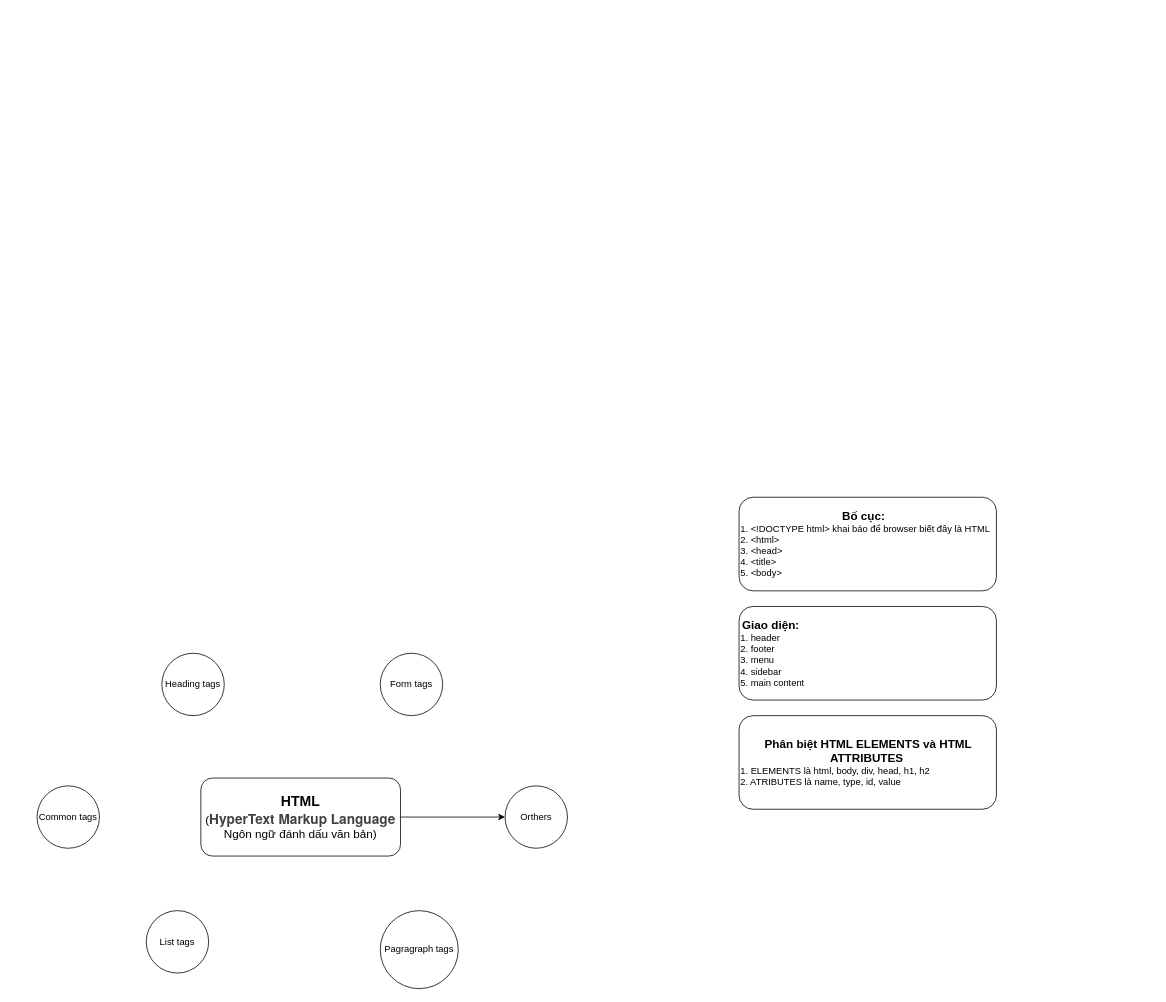
Earlier version of the draw.io diagram Biểu đồ không có tiêu đề.drawio (hanguyenhau/repareInterview). Source tidied: cells renumbered, new cells numbered last; positions are measured from the earlier drawing's top-left corner, leaving out a move shared by most shapes. Both pictures are drawn from the tidied source at 78%, with x=0, y=0 at pixel (37, 497).
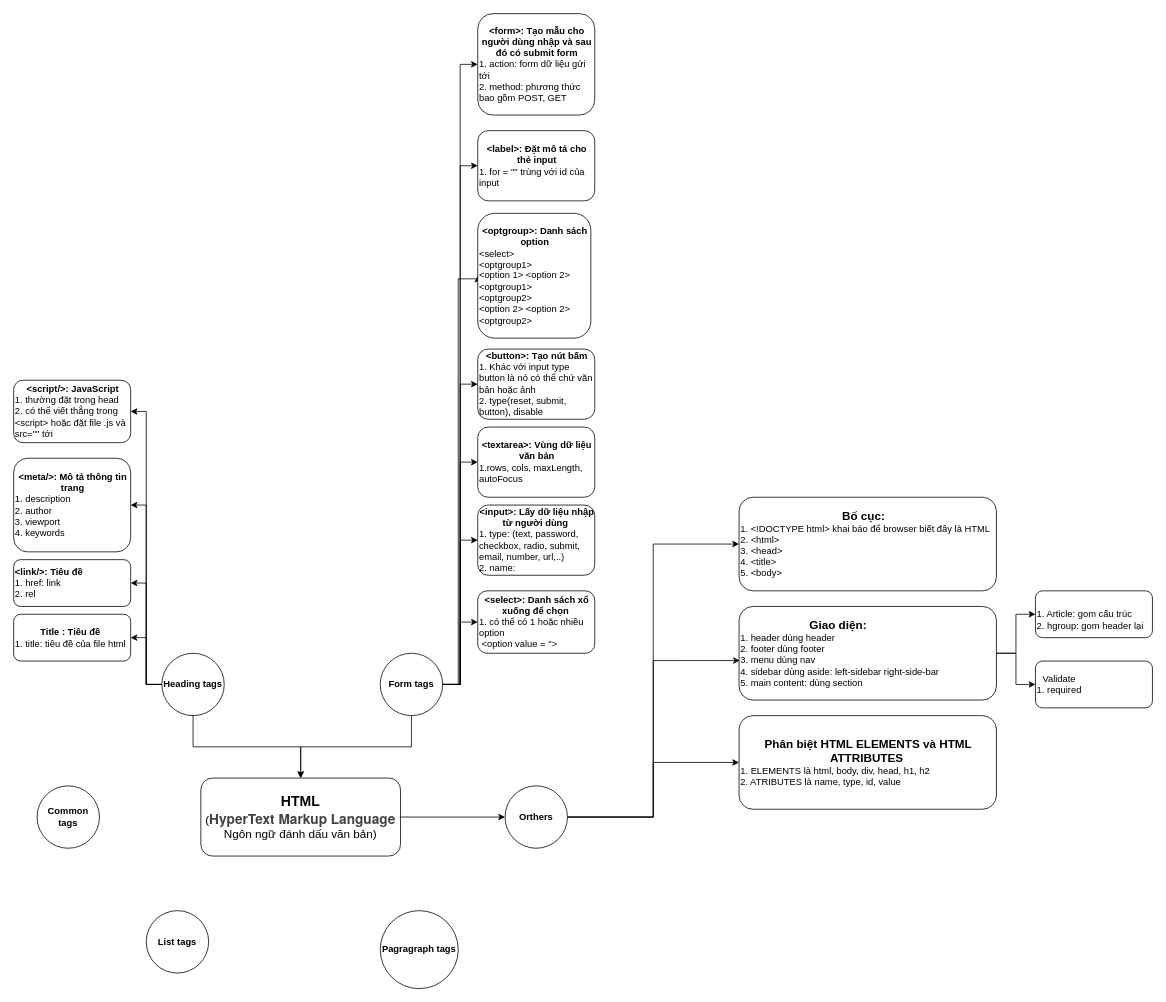
After the change.

Unchanged cells that the change refers to:
```xml
<mxCell id="3" value="&lt;b&gt;&lt;font style=&quot;font-size: 18px;&quot;&gt;HTML&lt;/font&gt;&lt;/b&gt;&lt;div&gt;&lt;font style=&quot;font-size: 15px;&quot;&gt;(&lt;/font&gt;&lt;strong style=&quot;color: rgb(65, 65, 65); font-family: &amp;quot;Helvetica Neue&amp;quot;, Helvetica, Arial, sans-serif; font-size: 17.5px; text-align: start; background-color: rgb(255, 255, 255);&quot;&gt;HyperText Markup Language&lt;/strong&gt;&lt;/div&gt;&lt;div&gt;&lt;span style=&quot;font-size: 15px; background-color: initial;&quot;&gt;Ngôn ngữ đánh dấu văn bản)&lt;/span&gt;&lt;/div&gt;" style="rounded=1;whiteSpace=wrap;html=1;" parent="1" vertex="1">
  <mxGeometry x="210" y="360" width="256" height="100" as="geometry" />
</mxCell>
<mxCell id="10" value="&lt;div style=&quot;text-align: center;&quot;&gt;&lt;b style=&quot;background-color: initial;&quot;&gt;&lt;font style=&quot;font-size: 15px;&quot;&gt;Bố cục:&amp;nbsp;&lt;/font&gt;&lt;/b&gt;&lt;/div&gt;&lt;div&gt;1. &amp;lt;!DOCTYPE html&amp;gt; khai báo để browser biết đây là HTML&lt;div&gt;2.&amp;nbsp;&amp;lt;html&amp;gt;&lt;/div&gt;&lt;/div&gt;&lt;div&gt;3. &amp;lt;head&amp;gt;&lt;/div&gt;&lt;div&gt;4. &amp;lt;title&amp;gt;&lt;/div&gt;&lt;div&gt;5. &amp;lt;body&amp;gt;&lt;/div&gt;" style="rounded=1;whiteSpace=wrap;html=1;align=left;" parent="1" vertex="1">
  <mxGeometry x="900" width="330" height="120" as="geometry" />
</mxCell>
<mxCell id="12" value="&lt;div style=&quot;text-align: center;&quot;&gt;&lt;b style=&quot;background-color: initial;&quot;&gt;&lt;font style=&quot;font-size: 15px;&quot;&gt;Phân biệt HTML ELEMENTS và HTML ATTRIBUTES&amp;nbsp;&lt;/font&gt;&lt;/b&gt;&lt;/div&gt;&lt;div&gt;1. ELEMENTS là html, body, div, head, h1, h2&lt;/div&gt;&lt;div&gt;2. ATRIBUTES là name, type, id, value&lt;/div&gt;" style="rounded=1;whiteSpace=wrap;html=1;align=left;" parent="1" vertex="1">
  <mxGeometry x="900" y="280" width="330" height="120" as="geometry" />
</mxCell>
```

The edit, as a diff of the source:
```diff
@@
+    <mxCell id="13" style="edgeStyle=orthogonalEdgeStyle;rounded=0;jettySize=auto;html=1;entryX=1;entryY=0.5;entryDx=0;entryDy=0;" parent="1" edge="1" source="4" target="33">
+      <mxGeometry relative="1" as="geometry" />
+    </mxCell>
+    <mxCell id="14" style="edgeStyle=orthogonalEdgeStyle;rounded=0;jettySize=auto;html=1;entryX=1;entryY=0.5;entryDx=0;entryDy=0;" parent="1" edge="1" source="4" target="34">
+      <mxGeometry relative="1" as="geometry" />
+    </mxCell>
+    <mxCell id="15" style="edgeStyle=orthogonalEdgeStyle;rounded=0;jettySize=auto;html=1;entryX=1;entryY=0.5;entryDx=0;entryDy=0;" parent="1" edge="1" source="4" target="35">
+      <mxGeometry relative="1" as="geometry" />
+    </mxCell>
+    <mxCell id="16" style="edgeStyle=orthogonalEdgeStyle;rounded=0;jettySize=auto;html=1;entryX=1;entryY=0.5;entryDx=0;entryDy=0;" parent="1" edge="1" source="4" target="36">
+      <mxGeometry relative="1" as="geometry" />
+    </mxCell>
+    <mxCell id="17" style="edgeStyle=orthogonalEdgeStyle;rounded=0;jettySize=auto;html=1;entryX=0.5;entryY=0;entryDx=0;entryDy=0;" parent="1" edge="1" source="4" target="3">
+      <mxGeometry relative="1" as="geometry" />
+    </mxCell>
-    <mxCell id="4" value="Heading tags" style="ellipse;whiteSpace=wrap;html=1;" parent="1" vertex="1">
+    <mxCell id="4" value="&lt;b&gt;Heading tags&lt;/b&gt;" style="ellipse;whiteSpace=wrap;html=1;" parent="1" vertex="1">
       <mxGeometry x="160" y="200" width="80" height="80" as="geometry" />
     </mxCell>
+    <mxCell id="18" style="edgeStyle=orthogonalEdgeStyle;rounded=0;jettySize=auto;html=1;entryX=0.5;entryY=0;entryDx=0;entryDy=0;" parent="1" edge="1" source="5" target="3">
+      <mxGeometry relative="1" as="geometry" />
+    </mxCell>
+    <mxCell id="19" style="edgeStyle=orthogonalEdgeStyle;rounded=0;jettySize=auto;html=1;entryX=0;entryY=0.5;entryDx=0;entryDy=0;" parent="1" edge="1" source="5" target="37">
+      <mxGeometry relative="1" as="geometry" />
+    </mxCell>
+    <mxCell id="20" style="edgeStyle=orthogonalEdgeStyle;rounded=0;jettySize=auto;html=1;entryX=0;entryY=0.5;entryDx=0;entryDy=0;" parent="1" edge="1" source="5" target="38">
+      <mxGeometry relative="1" as="geometry" />
+    </mxCell>
+    <mxCell id="21" style="edgeStyle=orthogonalEdgeStyle;rounded=0;jettySize=auto;html=1;entryX=0;entryY=0.5;entryDx=0;entryDy=0;" parent="1" edge="1" source="5" target="39">
+      <mxGeometry relative="1" as="geometry" />
+    </mxCell>
+    <mxCell id="22" style="edgeStyle=orthogonalEdgeStyle;rounded=0;jettySize=auto;html=1;entryX=0;entryY=0.5;entryDx=0;entryDy=0;" parent="1" edge="1" source="5" target="40">
+      <mxGeometry relative="1" as="geometry" />
+    </mxCell>
+    <mxCell id="23" style="edgeStyle=orthogonalEdgeStyle;rounded=0;jettySize=auto;html=1;entryX=0;entryY=0.5;entryDx=0;entryDy=0;" parent="1" edge="1" source="5" target="41">
+      <mxGeometry relative="1" as="geometry">
+        <Array as="points">
+          <mxPoint x="540" y="240" />
+          <mxPoint x="540" y="-280" />
+          <mxPoint x="565" y="-280" />
+        </Array>
+      </mxGeometry>
+    </mxCell>
+    <mxCell id="24" style="edgeStyle=orthogonalEdgeStyle;rounded=0;jettySize=auto;html=1;entryX=0;entryY=0.5;entryDx=0;entryDy=0;" parent="1" edge="1" source="5" target="42">
+      <mxGeometry relative="1" as="geometry" />
+    </mxCell>
+    <mxCell id="25" style="edgeStyle=orthogonalEdgeStyle;rounded=0;jettySize=auto;html=1;entryX=0;entryY=0.5;entryDx=0;entryDy=0;" parent="1" edge="1" source="5" target="43">
+      <mxGeometry relative="1" as="geometry" />
+    </mxCell>
-    <mxCell id="5" value="Form tags" style="ellipse;whiteSpace=wrap;html=1;" parent="1" vertex="1">
+    <mxCell id="5" value="&lt;b&gt;Form tags&lt;/b&gt;" style="ellipse;whiteSpace=wrap;html=1;" parent="1" vertex="1">
       <mxGeometry x="440" y="200" width="80" height="80" as="geometry" />
     </mxCell>
-    <mxCell id="6" value="List tags" style="ellipse;whiteSpace=wrap;html=1;" parent="1" vertex="1">
+    <mxCell id="6" value="&lt;b&gt;List tags&lt;/b&gt;" style="ellipse;whiteSpace=wrap;html=1;" parent="1" vertex="1">
       <mxGeometry x="140" y="530" width="80" height="80" as="geometry" />
     </mxCell>
-    <mxCell id="7" value="Pagragraph tags" style="ellipse;whiteSpace=wrap;html=1;" parent="1" vertex="1">
+    <mxCell id="7" value="&lt;b&gt;Pagragraph tags&lt;/b&gt;" style="ellipse;whiteSpace=wrap;html=1;" parent="1" vertex="1">
       <mxGeometry x="440" y="530" width="100" height="100" as="geometry" />
     </mxCell>
-    <mxCell id="8" value="Common tags" style="ellipse;whiteSpace=wrap;html=1;" parent="1" vertex="1">
+    <mxCell id="8" value="&lt;b&gt;Common tags&lt;/b&gt;" style="ellipse;whiteSpace=wrap;html=1;" parent="1" vertex="1">
       <mxGeometry y="370" width="80" height="80" as="geometry" />
     </mxCell>
+    <mxCell id="26" style="edgeStyle=orthogonalEdgeStyle;rounded=0;jettySize=auto;html=1;entryX=0;entryY=0.5;entryDx=0;entryDy=0;" parent="1" edge="1" source="9" target="10">
+      <mxGeometry relative="1" as="geometry" />
+    </mxCell>
+    <mxCell id="27" style="edgeStyle=orthogonalEdgeStyle;rounded=0;jettySize=auto;html=1;entryX=0;entryY=0.5;entryDx=0;entryDy=0;" parent="1" edge="1" source="9" target="12">
+      <mxGeometry relative="1" as="geometry" />
+    </mxCell>
-    <mxCell id="9" value="Orthers" style="ellipse;whiteSpace=wrap;html=1;" parent="1" vertex="1">
+    <mxCell id="9" value="&lt;b&gt;Orthers&lt;/b&gt;" style="ellipse;whiteSpace=wrap;html=1;" parent="1" vertex="1">
       <mxGeometry x="600" y="370" width="80" height="80" as="geometry" />
     </mxCell>
@@
+    <mxCell id="28" style="edgeStyle=orthogonalEdgeStyle;rounded=0;jettySize=auto;html=1;entryX=0;entryY=0.5;entryDx=0;entryDy=0;" parent="1" edge="1" source="11" target="30">
+      <mxGeometry relative="1" as="geometry" />
+    </mxCell>
+    <mxCell id="29" style="edgeStyle=orthogonalEdgeStyle;rounded=0;jettySize=auto;html=1;entryX=0;entryY=0.5;entryDx=0;entryDy=0;" parent="1" edge="1" source="11" target="32">
+      <mxGeometry relative="1" as="geometry" />
+    </mxCell>
-    <mxCell id="11" value="&lt;div style=&quot;text-align: center;&quot;&gt;&lt;b style=&quot;background-color: initial;&quot;&gt;&lt;font style=&quot;font-size: 15px;&quot;&gt;Giao diện:&amp;nbsp;&lt;/font&gt;&lt;/b&gt;&lt;/div&gt;&lt;div&gt;1. header&lt;div&gt;2. footer&lt;/div&gt;&lt;/div&gt;&lt;div&gt;3. menu&lt;/div&gt;&lt;div&gt;4. sidebar&lt;/div&gt;&lt;div&gt;5. main content&lt;/div&gt;" style="rounded=1;whiteSpace=wrap;html=1;align=left;" parent="1" vertex="1">
+    <mxCell id="11" value="&lt;div style=&quot;text-align: center;&quot;&gt;&lt;b style=&quot;background-color: initial;&quot;&gt;&lt;font style=&quot;font-size: 15px;&quot;&gt;Giao diện:&amp;nbsp;&lt;/font&gt;&lt;/b&gt;&lt;/div&gt;&lt;div&gt;1. header dùng header&lt;div&gt;2. footer dùng footer&lt;/div&gt;&lt;/div&gt;&lt;div&gt;3. menu dùng nav&lt;/div&gt;&lt;div&gt;4. sidebar dùng aside: left-sidebar right-side-bar&lt;/div&gt;&lt;div&gt;5. main content: dùng section&lt;/div&gt;" style="rounded=1;whiteSpace=wrap;html=1;align=left;" parent="1" vertex="1">
       <mxGeometry x="900" y="140" width="330" height="120" as="geometry" />
     </mxCell>
@@
+    <mxCell id="30" value="&lt;div style=&quot;text-align: center;&quot;&gt;&lt;br&gt;&lt;/div&gt;&lt;div&gt;1. Article: gom cấu trúc&lt;div&gt;2. hgroup: gom header lại&lt;/div&gt;&lt;/div&gt;" style="rounded=1;whiteSpace=wrap;html=1;align=left;" parent="1" vertex="1">
+      <mxGeometry x="1280" y="120" width="150" height="60" as="geometry" />
+    </mxCell>
+    <mxCell id="31" style="edgeStyle=orthogonalEdgeStyle;rounded=0;jettySize=auto;html=1;entryX=0.003;entryY=0.578;entryDx=0;entryDy=0;entryPerimeter=0;" parent="1" edge="1" source="9" target="11">
+      <mxGeometry relative="1" as="geometry" />
+    </mxCell>
+    <mxCell id="32" value="&lt;div style=&quot;text-align: center;&quot;&gt;Validate&lt;/div&gt;&lt;div&gt;1. required&lt;/div&gt;" style="rounded=1;whiteSpace=wrap;html=1;align=left;" parent="1" vertex="1">
+      <mxGeometry x="1280" y="210" width="150" height="60" as="geometry" />
+    </mxCell>
+    <mxCell id="33" value="&lt;div style=&quot;text-align: center;&quot;&gt;&lt;b&gt;Title : Tiêu đề&lt;/b&gt;&lt;/div&gt;&lt;div&gt;1. title: tiêu đề của file html&lt;/div&gt;" style="rounded=1;whiteSpace=wrap;html=1;align=left;" parent="1" vertex="1">
+      <mxGeometry x="-30" y="150" width="150" height="60" as="geometry" />
+    </mxCell>
+    <mxCell id="34" value="&lt;div style=&quot;text-align: center;&quot;&gt;&lt;b&gt;&amp;lt;link/&amp;gt;: Tiêu đề&lt;/b&gt;&lt;/div&gt;&lt;div&gt;1. href: link&lt;/div&gt;&lt;div&gt;2. rel&lt;/div&gt;" style="rounded=1;whiteSpace=wrap;html=1;align=left;" parent="1" vertex="1">
+      <mxGeometry x="-30" y="80" width="150" height="60" as="geometry" />
+    </mxCell>
+    <mxCell id="35" value="&lt;div style=&quot;text-align: center;&quot;&gt;&lt;b&gt;&amp;lt;meta/&amp;gt;: Mô tả thông tin trang&lt;/b&gt;&lt;/div&gt;&lt;div&gt;1. description&lt;/div&gt;&lt;div&gt;2. author&lt;/div&gt;&lt;div&gt;3. viewport&lt;/div&gt;&lt;div&gt;4. keywords&lt;/div&gt;" style="rounded=1;whiteSpace=wrap;html=1;align=left;" parent="1" vertex="1">
+      <mxGeometry x="-30" y="-50" width="150" height="120" as="geometry" />
+    </mxCell>
+    <mxCell id="36" value="&lt;div style=&quot;text-align: center;&quot;&gt;&lt;b&gt;&amp;lt;script/&amp;gt;: JavaScript&lt;/b&gt;&lt;/div&gt;&lt;div&gt;1. thường đặt trong head&lt;/div&gt;&lt;div&gt;2. có thể viết thẳng trong &amp;lt;script&amp;gt; hoặc đặt file .js và src=&quot;&quot; tới&lt;/div&gt;" style="rounded=1;whiteSpace=wrap;html=1;align=left;" parent="1" vertex="1">
+      <mxGeometry x="-30" y="-150" width="150" height="80" as="geometry" />
+    </mxCell>
+    <mxCell id="37" value="&lt;div style=&quot;text-align: center;&quot;&gt;&lt;b&gt;&amp;lt;select&amp;gt;: Danh sách xổ xuống để chọn&amp;nbsp;&lt;/b&gt;&lt;/div&gt;&lt;div&gt;1. có thể có 1 hoặc nhiều option&lt;/div&gt;&lt;div&gt;&amp;nbsp;&amp;lt;option value = ''&amp;gt;&lt;/div&gt;" style="rounded=1;whiteSpace=wrap;html=1;align=left;" parent="1" vertex="1">
+      <mxGeometry x="565" y="120" width="150" height="80" as="geometry" />
+    </mxCell>
+    <mxCell id="38" value="&lt;div style=&quot;text-align: center;&quot;&gt;&lt;b&gt;&amp;lt;input&amp;gt;: Lấy dữ liệu nhập từ người dùng&amp;nbsp;&lt;/b&gt;&lt;/div&gt;&lt;div&gt;1. type: (text, password, checkbox, radio, submit, email, number, url,..)&lt;/div&gt;&lt;div&gt;2. name:&amp;nbsp;&lt;/div&gt;" style="rounded=1;whiteSpace=wrap;html=1;align=left;" parent="1" vertex="1">
+      <mxGeometry x="565" y="10" width="150" height="90" as="geometry" />
+    </mxCell>
+    <mxCell id="39" value="&lt;div style=&quot;text-align: center;&quot;&gt;&lt;b&gt;&amp;lt;textarea&amp;gt;: Vùng dữ liệu văn bản&lt;/b&gt;&lt;/div&gt;&lt;div&gt;1.rows, cols, maxLength, autoFocus&lt;span style=&quot;background-color: initial;&quot;&gt;&amp;nbsp;&lt;/span&gt;&lt;/div&gt;" style="rounded=1;whiteSpace=wrap;html=1;align=left;" parent="1" vertex="1">
+      <mxGeometry x="565" y="-90" width="150" height="90" as="geometry" />
+    </mxCell>
+    <mxCell id="40" value="&lt;div style=&quot;text-align: center;&quot;&gt;&lt;b&gt;&amp;lt;button&amp;gt;: Tạo nút bấm&lt;/b&gt;&lt;/div&gt;&lt;div&gt;1. Khác với input type button là nó có thể chứ văn bản hoặc ảnh&lt;/div&gt;&lt;div&gt;2. type(reset, submit, button), disable&lt;/div&gt;" style="rounded=1;whiteSpace=wrap;html=1;align=left;" parent="1" vertex="1">
+      <mxGeometry x="565" y="-190" width="150" height="90" as="geometry" />
+    </mxCell>
+    <mxCell id="41" value="&lt;div style=&quot;text-align: center;&quot;&gt;&lt;b&gt;&amp;lt;optgroup&amp;gt;: Danh sách option&lt;/b&gt;&lt;/div&gt;&lt;div&gt;&amp;lt;select&amp;gt;&amp;nbsp;&lt;/div&gt;&lt;div&gt;&amp;lt;optgroup1&amp;gt;&lt;/div&gt;&lt;div&gt;&amp;lt;option 1&amp;gt; &amp;lt;option 2&amp;gt;&lt;/div&gt;&lt;div&gt;&amp;lt;optgroup1&amp;gt;&lt;br&gt;&lt;/div&gt;&lt;div&gt;&lt;div&gt;&amp;lt;optgroup2&amp;gt;&lt;/div&gt;&lt;div&gt;&amp;lt;option 2&amp;gt; &amp;lt;option 2&amp;gt;&lt;/div&gt;&lt;div&gt;&amp;lt;optgroup2&amp;gt;&lt;/div&gt;&lt;/div&gt;" style="rounded=1;whiteSpace=wrap;html=1;align=left;" parent="1" vertex="1">
+      <mxGeometry x="565" y="-364" width="145" height="160" as="geometry" />
+    </mxCell>
+    <mxCell id="42" value="&lt;div style=&quot;text-align: center;&quot;&gt;&lt;b&gt;&amp;lt;label&amp;gt;: Đặt mô tả cho thẻ input&lt;/b&gt;&lt;/div&gt;&lt;div&gt;1. for = &quot;&quot; trùng với id của input&lt;br&gt;&lt;/div&gt;" style="rounded=1;whiteSpace=wrap;html=1;align=left;" parent="1" vertex="1">
+      <mxGeometry x="565" y="-470" width="150" height="90" as="geometry" />
+    </mxCell>
+    <mxCell id="43" value="&lt;div style=&quot;text-align: center;&quot;&gt;&lt;b&gt;&amp;lt;form&amp;gt;: Tạo mẫu cho người dùng nhập và sau đó có submit form&lt;/b&gt;&lt;/div&gt;&lt;div&gt;1. action: form dữ liệu gửi tới&lt;br&gt;&lt;/div&gt;&lt;div&gt;2. method: phương thức bao gồm POST, GET&lt;/div&gt;" style="rounded=1;whiteSpace=wrap;html=1;align=left;" parent="1" vertex="1">
+      <mxGeometry x="565" y="-620" width="150" height="130" as="geometry" />
+    </mxCell>
```
